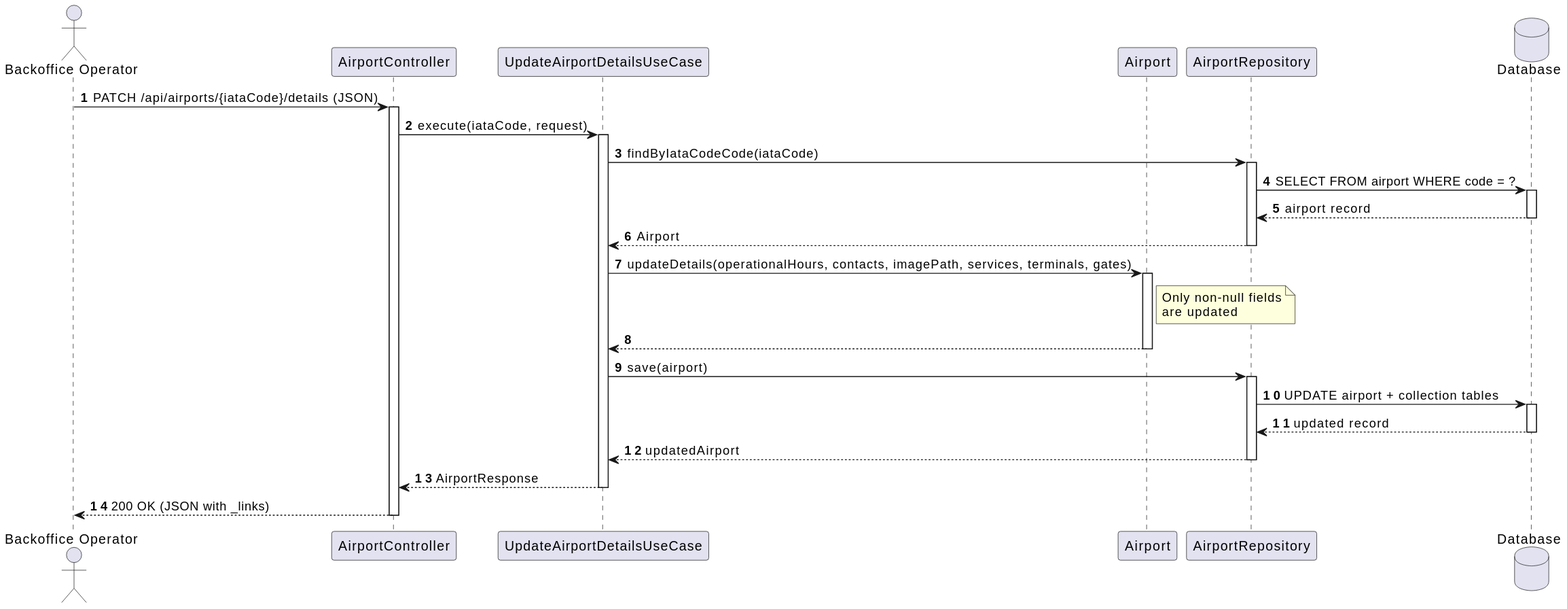
Before: docs/system-documentation/use-cases/WP2B/US208/svg/sd_us208.svg, a diagram exported from PlantUML (VascoMagolo/psoft_1231562_1241692_1242036_2db).
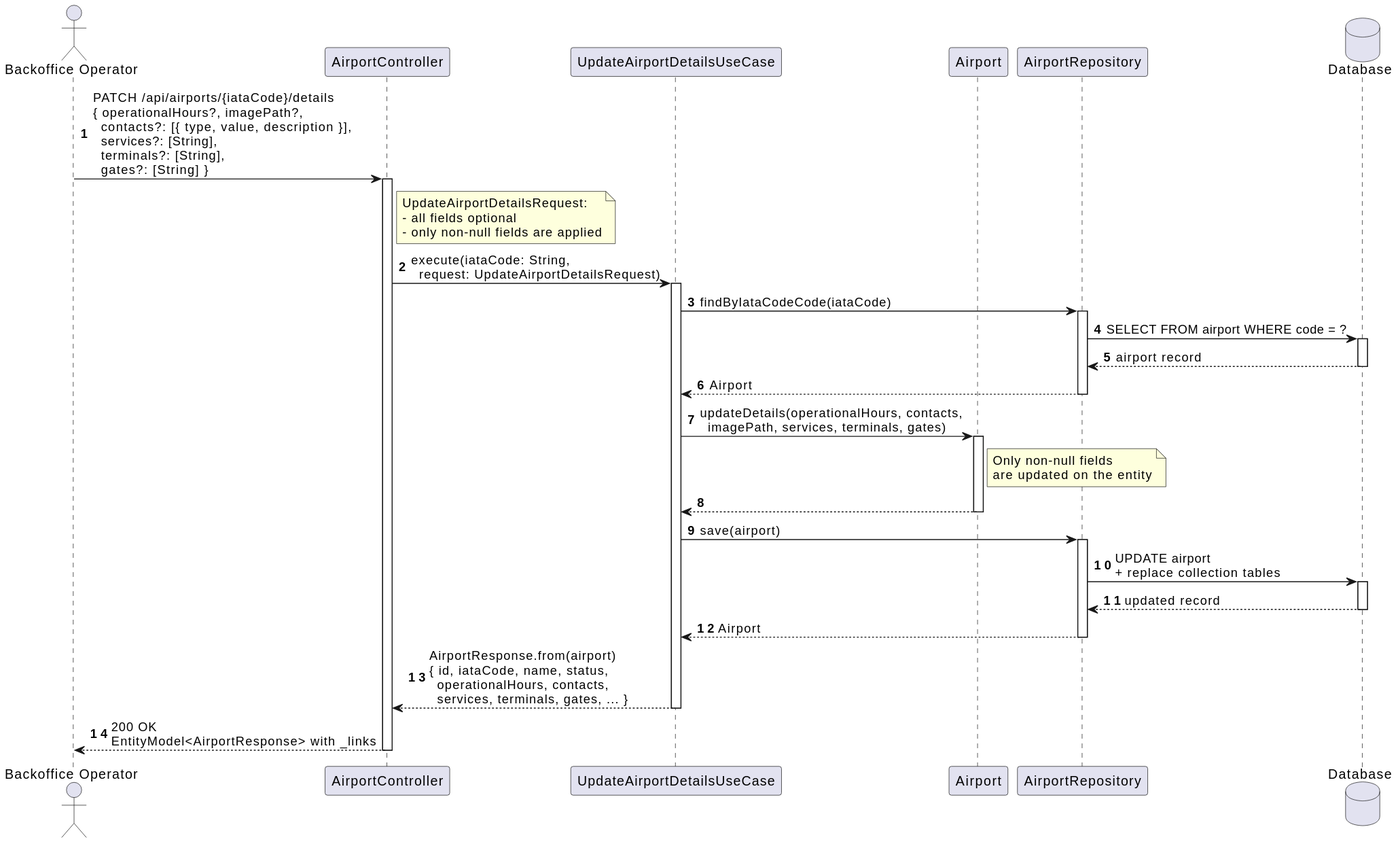
After the commit.

The edit, as a diff of the source:
```diff
@@ -7,10 +7,16 @@
 participant "AirportRepository" as Repo
 database "Database" as DB
 
-BO -> Ctrl : PATCH /api/airports/{iataCode}/details (JSON)
+BO -> Ctrl : PATCH /api/airports/{iataCode}/details\n{ operationalHours?, imagePath?,\n  contacts?: [{ type, value, description }],\n  services?: [String],\n  terminals?: [String],\n  gates?: [String] }
 activate Ctrl
 
-Ctrl -> UC : execute(iataCode, request)
+note right of Ctrl
+  UpdateAirportDetailsRequest:
+  - all fields optional
+  - only non-null fields are applied
+end note
+
+Ctrl -> UC : execute(iataCode: String,\n  request: UpdateAirportDetailsRequest)
 activate UC
 
 UC -> Repo : findByIataCodeCode(iataCode)
@@ -22,24 +28,24 @@
 Repo --> UC : Airport
 deactivate Repo
 
-UC -> Entity : updateDetails(operationalHours, contacts, imagePath, services, terminals, gates)
+UC -> Entity : updateDetails(operationalHours, contacts,\n  imagePath, services, terminals, gates)
 activate Entity
-note right of Entity : Only non-null fields\nare updated
+note right of Entity : Only non-null fields\nare updated on the entity
 Entity --> UC
 deactivate Entity
 
 UC -> Repo : save(airport)
 activate Repo
-Repo -> DB : UPDATE airport + collection tables
+Repo -> DB : UPDATE airport\n+ replace collection tables
 activate DB
 DB --> Repo : updated record
 deactivate DB
-Repo --> UC : updatedAirport
+Repo --> UC : Airport
 deactivate Repo
 
-UC --> Ctrl : AirportResponse
+UC --> Ctrl : AirportResponse.from(airport)\n{ id, iataCode, name, status,\n  operationalHours, contacts,\n  services, terminals, gates, ... }
 deactivate UC
 
-Ctrl --> BO : 200 OK (JSON with _links)
+Ctrl --> BO : 200 OK\nEntityModel<AirportResponse> with _links
 deactivate Ctrl
 @enduml
```
